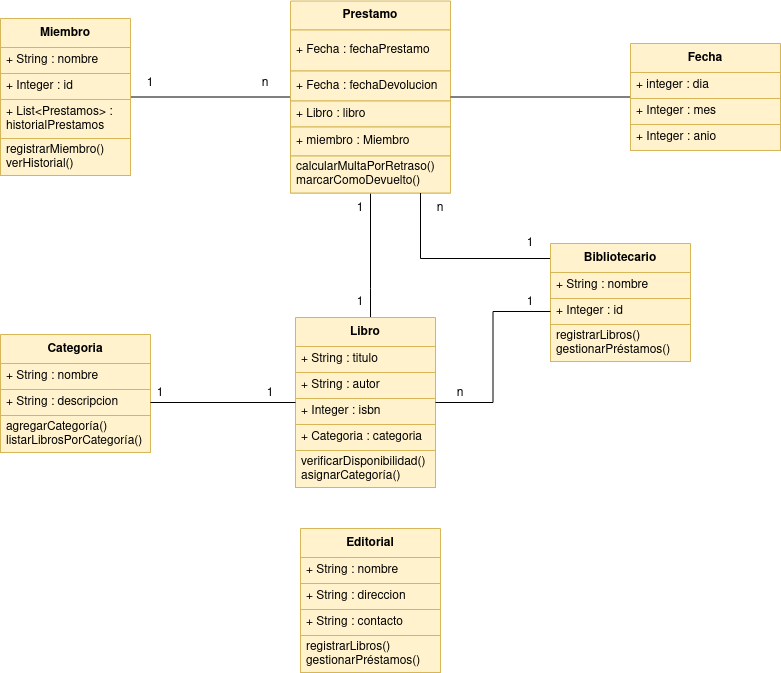
The draw.io diagram Sistema de Gestión de Bibliotecas.png in alejandrosalazargonzalez/asociacion, before a commit. Source tidied: cells renumbered, new cells last; positions are measured from the earlier drawing's top-left corner, leaving out a move shared by most shapes.
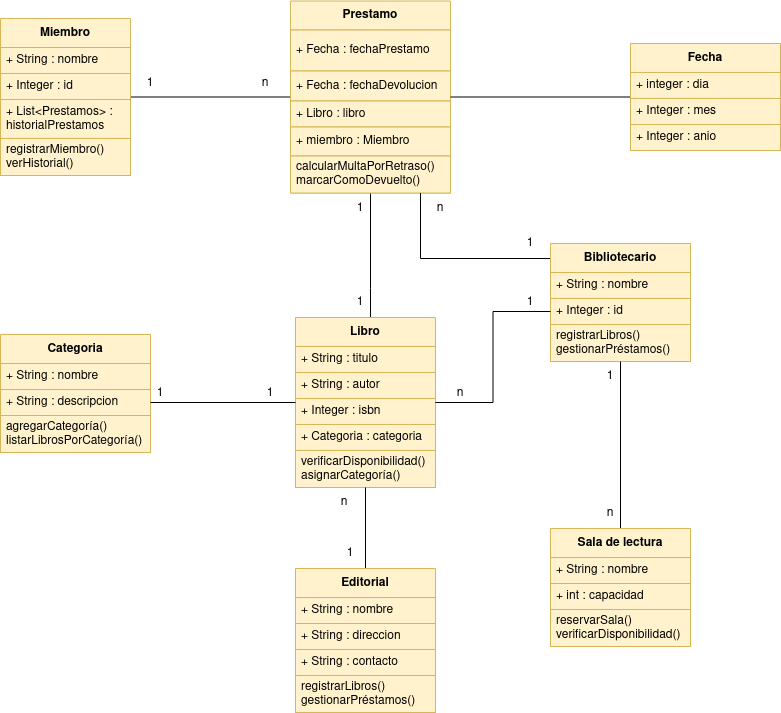
After the change.

Change to the diagram source:
```diff
@@ -146,8 +146,11 @@
     <mxCell id="46" value="1" style="text;html=1;align=center;verticalAlign=middle;whiteSpace=wrap;rounded=0;" parent="1" vertex="1">
       <mxGeometry x="130" y="378" width="60" height="30" as="geometry" />
     </mxCell>
+    <mxCell id="52" style="edgeStyle=orthogonalEdgeStyle;rounded=0;jettySize=auto;html=1;endArrow=none;endFill=0;" parent="1" edge="1" source="47" target="3">
+      <mxGeometry relative="1" as="geometry" />
+    </mxCell>
     <mxCell id="47" value="Editorial" style="swimlane;fontStyle=1;align=center;verticalAlign=middle;horizontal=1;startSize=29;html=1;whiteSpace=wrap;fillColor=#fff2cc;strokeColor=#d6b656;" parent="1" vertex="1">
-      <mxGeometry x="300" y="528" width="140" height="144" as="geometry" />
+      <mxGeometry x="295" y="568" width="140" height="144" as="geometry" />
     </mxCell>
     <mxCell id="48" value="+ String : nombre" style="text;strokeColor=#d6b656;fillColor=#fff2cc;align=left;verticalAlign=middle;spacingLeft=4;spacingRight=4;overflow=hidden;whiteSpace=wrap;html=1;" parent="47" vertex="1">
       <mxGeometry y="29" width="140" height="26" as="geometry" />
@@ -161,5 +164,32 @@
     <mxCell id="51" value="&lt;div&gt;registrarLibros()&lt;/div&gt;&lt;div&gt;gestionarPréstamos()&lt;br&gt;&lt;/div&gt;" style="text;strokeColor=#d6b656;fillColor=#fff2cc;align=left;verticalAlign=middle;spacingLeft=4;spacingRight=4;overflow=hidden;whiteSpace=wrap;html=1;" parent="47" vertex="1">
       <mxGeometry y="107" width="140" height="37" as="geometry" />
     </mxCell>
+    <mxCell id="53" style="edgeStyle=orthogonalEdgeStyle;rounded=0;jettySize=auto;html=1;endArrow=none;endFill=0;" parent="1" edge="1" source="54" target="27">
+      <mxGeometry relative="1" as="geometry" />
+    </mxCell>
+    <mxCell id="54" value="Sala de lectura" style="swimlane;fontStyle=1;align=center;verticalAlign=middle;horizontal=1;startSize=29;html=1;whiteSpace=wrap;fillColor=#fff2cc;strokeColor=#d6b656;" parent="1" vertex="1">
+      <mxGeometry x="550" y="528" width="140" height="118" as="geometry" />
+    </mxCell>
+    <mxCell id="55" value="+ String : nombre" style="text;strokeColor=#d6b656;fillColor=#fff2cc;align=left;verticalAlign=middle;spacingLeft=4;spacingRight=4;overflow=hidden;whiteSpace=wrap;html=1;" parent="54" vertex="1">
+      <mxGeometry y="29" width="140" height="26" as="geometry" />
+    </mxCell>
+    <mxCell id="56" value="+ int : capacidad " style="text;strokeColor=#d6b656;fillColor=#fff2cc;align=left;verticalAlign=middle;spacingLeft=4;spacingRight=4;overflow=hidden;whiteSpace=wrap;html=1;" parent="54" vertex="1">
+      <mxGeometry y="55" width="140" height="26" as="geometry" />
+    </mxCell>
+    <mxCell id="57" value="&lt;div&gt;reservarSala()&lt;/div&gt;&lt;div&gt;verificarDisponibilidad()&lt;br&gt;&lt;/div&gt;" style="text;strokeColor=#d6b656;fillColor=#fff2cc;align=left;verticalAlign=middle;spacingLeft=4;spacingRight=4;overflow=hidden;whiteSpace=wrap;html=1;" parent="54" vertex="1">
+      <mxGeometry y="81" width="140" height="37" as="geometry" />
+    </mxCell>
+    <mxCell id="58" value="1" style="text;html=1;align=center;verticalAlign=middle;whiteSpace=wrap;rounded=0;" parent="1" vertex="1">
+      <mxGeometry x="320" y="538" width="60" height="30" as="geometry" />
+    </mxCell>
+    <mxCell id="59" value="1" style="text;html=1;align=center;verticalAlign=middle;whiteSpace=wrap;rounded=0;" parent="1" vertex="1">
+      <mxGeometry x="580" y="361" width="60" height="30" as="geometry" />
+    </mxCell>
+    <mxCell id="60" value="n" style="text;html=1;align=center;verticalAlign=middle;whiteSpace=wrap;rounded=0;" parent="1" vertex="1">
+      <mxGeometry x="580" y="498" width="60" height="30" as="geometry" />
+    </mxCell>
+    <mxCell id="61" value="n" style="text;html=1;align=center;verticalAlign=middle;whiteSpace=wrap;rounded=0;" parent="1" vertex="1">
+      <mxGeometry x="314" y="487" width="60" height="30" as="geometry" />
+    </mxCell>
   </root>
 </mxGraphModel>
```
